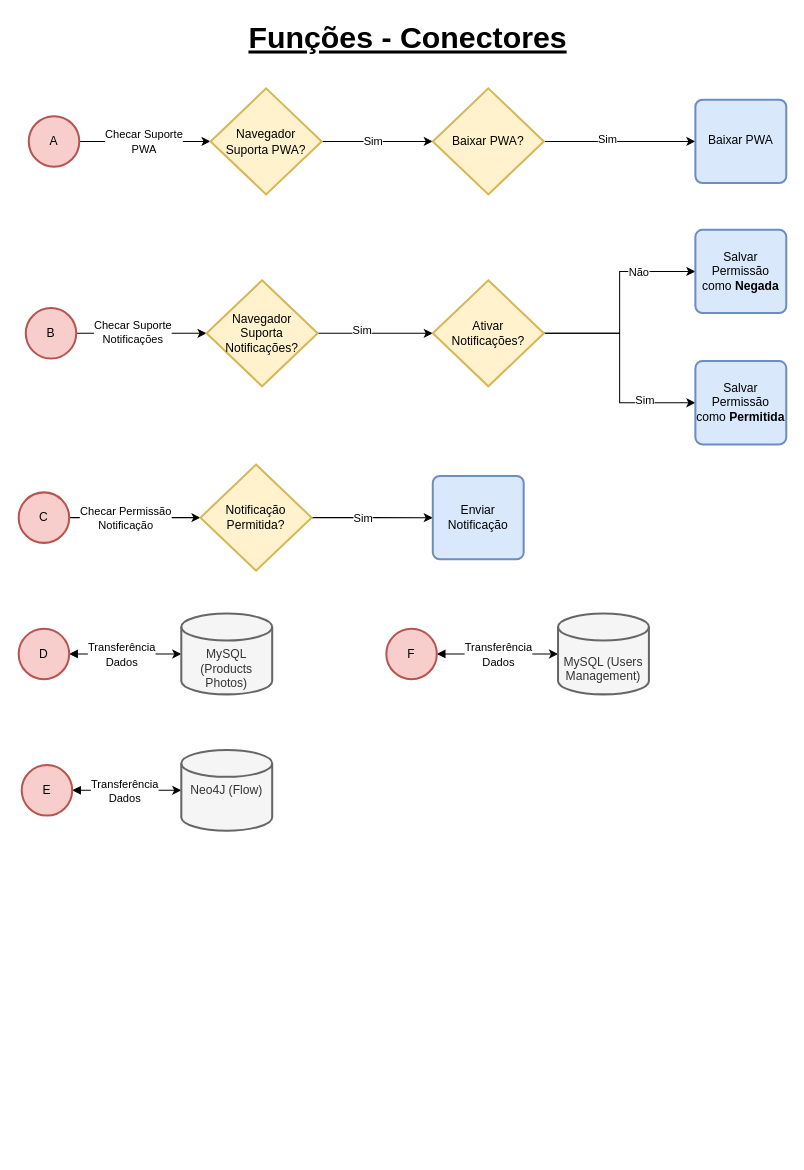
The draw.io diagram page "Functions - Connections" (2 of 12) of tcc-flow.drawio in CSFelix/UML, before the edit. Source tidied: cells renumbered, new cells numbered last; positions are measured from the earlier drawing's top-left corner, leaving out a move shared by most shapes. Both pictures are drawn from the tidied source at 101%, with x=0, y=0 at pixel (18, 17).
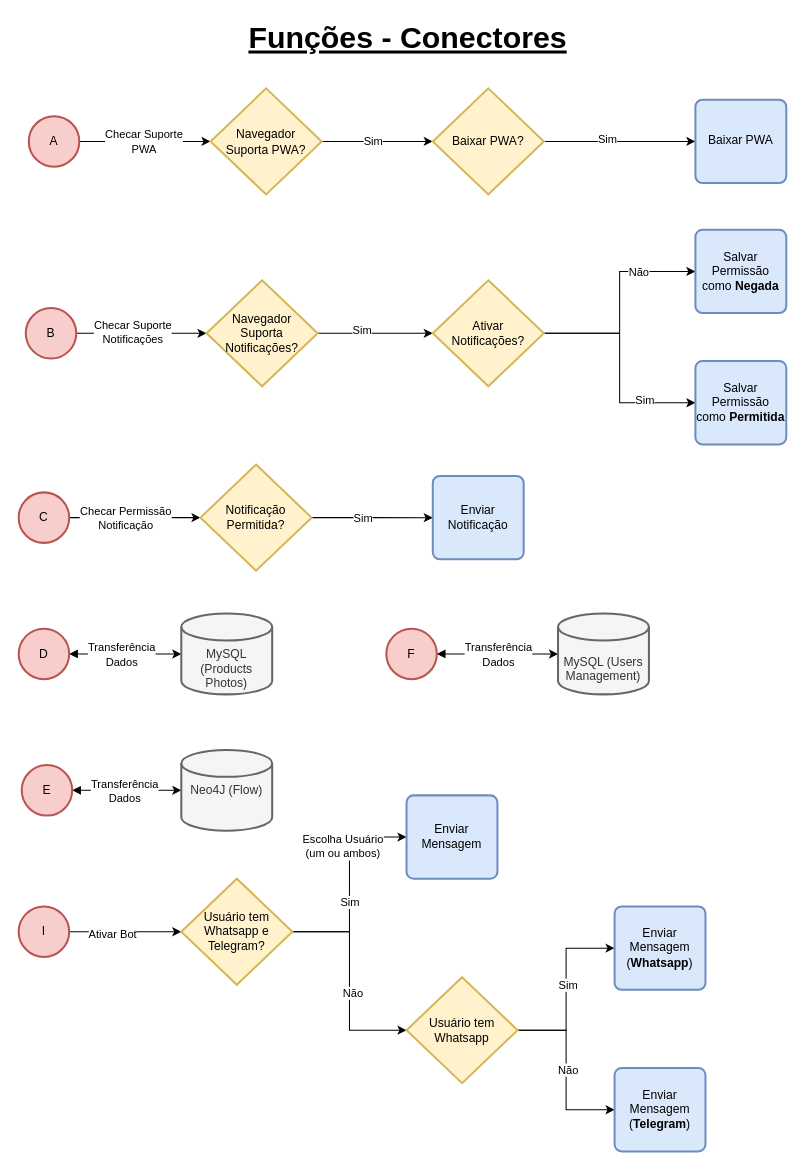
The same diagram, later.

The edit, as a diff of the source:
```diff
@@
+    <mxCell id="45" style="edgeStyle=orthogonalEdgeStyle;rounded=0;jettySize=auto;html=1;startArrow=none;startFill=0;endArrow=classic;endFill=1;" parent="1" edge="1" source="47" target="53">
+      <mxGeometry relative="1" as="geometry" />
+    </mxCell>
+    <mxCell id="46" value="Ativar Bot" style="edgeLabel;html=1;align=center;verticalAlign=middle;" parent="45" vertex="1">
+      <mxGeometry x="-0.25" y="-2" relative="1" as="geometry" />
+    </mxCell>
+    <mxCell id="47" value="I" style="strokeWidth=2;html=1;shape=mxgraph.flowchart.start_2;whiteSpace=wrap;fillColor=#f8cecc;strokeColor=#b85450;" parent="1" vertex="1">
+      <mxGeometry y="880" width="50" height="50" as="geometry" />
+    </mxCell>
+    <mxCell id="48" style="edgeStyle=orthogonalEdgeStyle;rounded=0;jettySize=auto;html=1;entryX=0;entryY=0.5;entryDx=0;entryDy=0;startArrow=none;startFill=0;endArrow=classic;endFill=1;" parent="1" edge="1" source="53" target="54">
+      <mxGeometry relative="1" as="geometry" />
+    </mxCell>
+    <mxCell id="49" value="Escolha Usuário&lt;br&gt;(um ou ambos)" style="edgeLabel;html=1;align=center;verticalAlign=middle;" parent="48" vertex="1">
+      <mxGeometry x="-0.15" y="-4" relative="1" as="geometry">
+        <mxPoint x="-11.5" y="-53.5" as="offset" />
+      </mxGeometry>
+    </mxCell>
+    <mxCell id="50" value="Sim" style="edgeLabel;html=1;align=center;verticalAlign=middle;" parent="48" vertex="1">
+      <mxGeometry x="-0.16" relative="1" as="geometry">
+        <mxPoint y="1" as="offset" />
+      </mxGeometry>
+    </mxCell>
+    <mxCell id="51" style="edgeStyle=orthogonalEdgeStyle;rounded=0;jettySize=auto;html=1;entryX=0;entryY=0.5;entryDx=0;entryDy=0;entryPerimeter=0;startArrow=none;startFill=0;endArrow=classic;endFill=1;" parent="1" edge="1" source="53" target="59">
+      <mxGeometry relative="1" as="geometry" />
+    </mxCell>
+    <mxCell id="52" value="Não" style="edgeLabel;html=1;align=center;verticalAlign=middle;" parent="51" vertex="1">
+      <mxGeometry x="0.11" y="3" relative="1" as="geometry" />
+    </mxCell>
+    <mxCell id="53" value="Usuário tem Whatsapp e Telegram?" style="strokeWidth=2;html=1;shape=mxgraph.flowchart.decision;whiteSpace=wrap;fillColor=#fff2cc;strokeColor=#d6b656;" parent="1" vertex="1">
+      <mxGeometry x="161" y="852.5" width="110" height="105" as="geometry" />
+    </mxCell>
+    <mxCell id="54" value="Enviar Mensagem" style="rounded=1;whiteSpace=wrap;html=1;absoluteArcSize=1;arcSize=14;strokeWidth=2;fillColor=#dae8fc;strokeColor=#6c8ebf;" parent="1" vertex="1">
+      <mxGeometry x="384" y="770" width="90" height="82.5" as="geometry" />
+    </mxCell>
+    <mxCell id="55" style="edgeStyle=orthogonalEdgeStyle;rounded=0;jettySize=auto;html=1;entryX=0;entryY=0.5;entryDx=0;entryDy=0;startArrow=none;startFill=0;endArrow=classic;endFill=1;" parent="1" edge="1" source="59" target="61">
+      <mxGeometry relative="1" as="geometry" />
+    </mxCell>
+    <mxCell id="56" value="Sim" style="edgeLabel;html=1;align=center;verticalAlign=middle;" parent="55" vertex="1">
+      <mxGeometry x="-0.13" y="-1" relative="1" as="geometry">
+        <mxPoint y="-16" as="offset" />
+      </mxGeometry>
+    </mxCell>
+    <mxCell id="57" style="edgeStyle=orthogonalEdgeStyle;rounded=0;jettySize=auto;html=1;entryX=0;entryY=0.5;entryDx=0;entryDy=0;startArrow=none;startFill=0;endArrow=classic;endFill=1;" parent="1" edge="1" source="59" target="60">
+      <mxGeometry relative="1" as="geometry" />
+    </mxCell>
+    <mxCell id="58" value="Não" style="edgeLabel;html=1;align=center;verticalAlign=middle;" parent="57" vertex="1">
+      <mxGeometry x="0.14" y="1" relative="1" as="geometry">
+        <mxPoint y="-13.5" as="offset" />
+      </mxGeometry>
+    </mxCell>
+    <mxCell id="59" value="Usuário tem Whatsapp" style="strokeWidth=2;html=1;shape=mxgraph.flowchart.decision;whiteSpace=wrap;fillColor=#fff2cc;strokeColor=#d6b656;" parent="1" vertex="1">
+      <mxGeometry x="384" y="950" width="110" height="105" as="geometry" />
+    </mxCell>
+    <mxCell id="60" value="Enviar Mensagem&lt;br&gt;(&lt;b&gt;Telegram&lt;/b&gt;)" style="rounded=1;whiteSpace=wrap;html=1;absoluteArcSize=1;arcSize=14;strokeWidth=2;fillColor=#dae8fc;strokeColor=#6c8ebf;" parent="1" vertex="1">
+      <mxGeometry x="590" y="1040" width="90" height="82.5" as="geometry" />
+    </mxCell>
+    <mxCell id="61" value="Enviar Mensagem&lt;br&gt;(&lt;b&gt;Whatsapp&lt;/b&gt;)" style="rounded=1;whiteSpace=wrap;html=1;absoluteArcSize=1;arcSize=14;strokeWidth=2;fillColor=#dae8fc;strokeColor=#6c8ebf;" parent="1" vertex="1">
+      <mxGeometry x="590" y="880" width="90" height="82.5" as="geometry" />
+    </mxCell>
```
